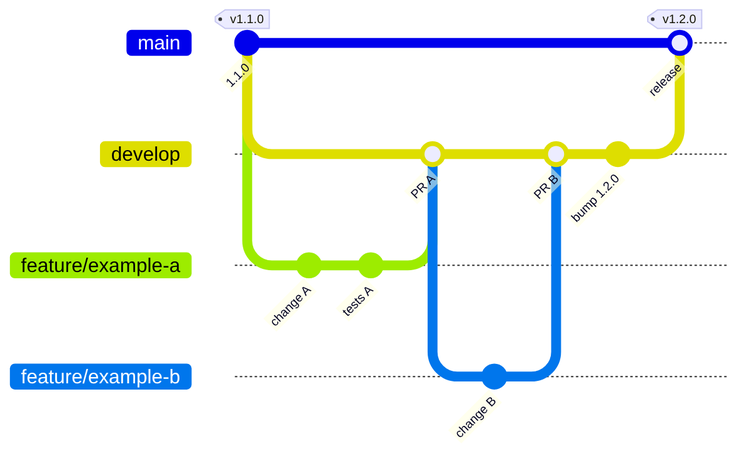
The Mermaid diagram docs/img/gitflow.png in peddanet/mediatools, before a commit. Its source is kept beside it as docs/img/gitflow.mmd. Source of this version:
```mermaid
%%{init: {'gitGraph': {'mainBranchName': 'main', 'showCommitLabel': true}} }%%
gitGraph
    commit id: "1.1.0" tag: "v1.1.0"
    branch develop
    checkout develop
    branch feature/example-a
    checkout feature/example-a
    commit id: "change A"
    commit id: "tests A"
    checkout develop
    merge feature/example-a id: "PR A"
    branch feature/example-b
    checkout feature/example-b
    commit id: "change B"
    checkout develop
    merge feature/example-b id: "PR B"
    commit id: "bump 1.2.0"
    checkout main
    merge develop id: "release" tag: "v1.2.0"
```
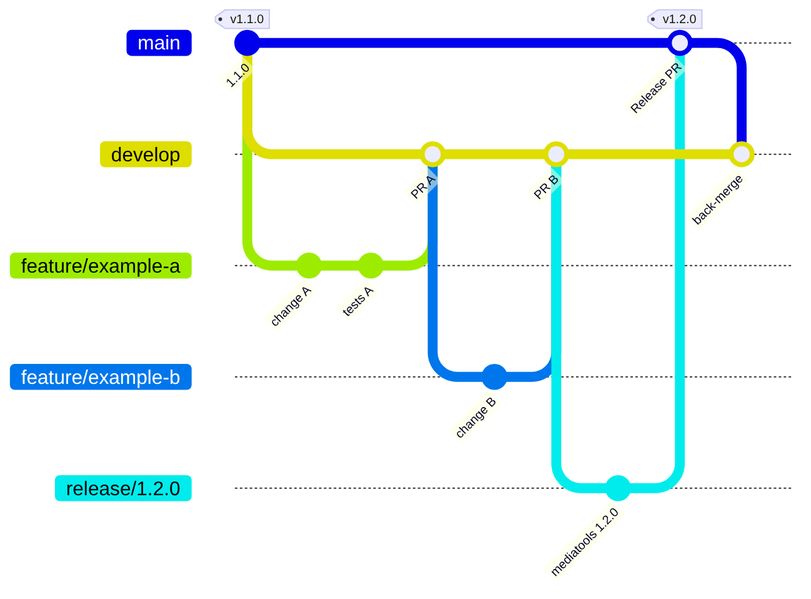
The same diagram one commit later.

Diff of the diagram source:
```diff
@@ -14,6 +14,10 @@
     commit id: "change B"
     checkout develop
     merge feature/example-b id: "PR B"
-    commit id: "bump 1.2.0"
+    branch release/1.2.0
+    checkout release/1.2.0
+    commit id: "mediatools 1.2.0"
     checkout main
-    merge develop id: "release" tag: "v1.2.0"
+    merge release/1.2.0 id: "Release PR" tag: "v1.2.0"
+    checkout develop
+    merge main id: "back-merge"
```
